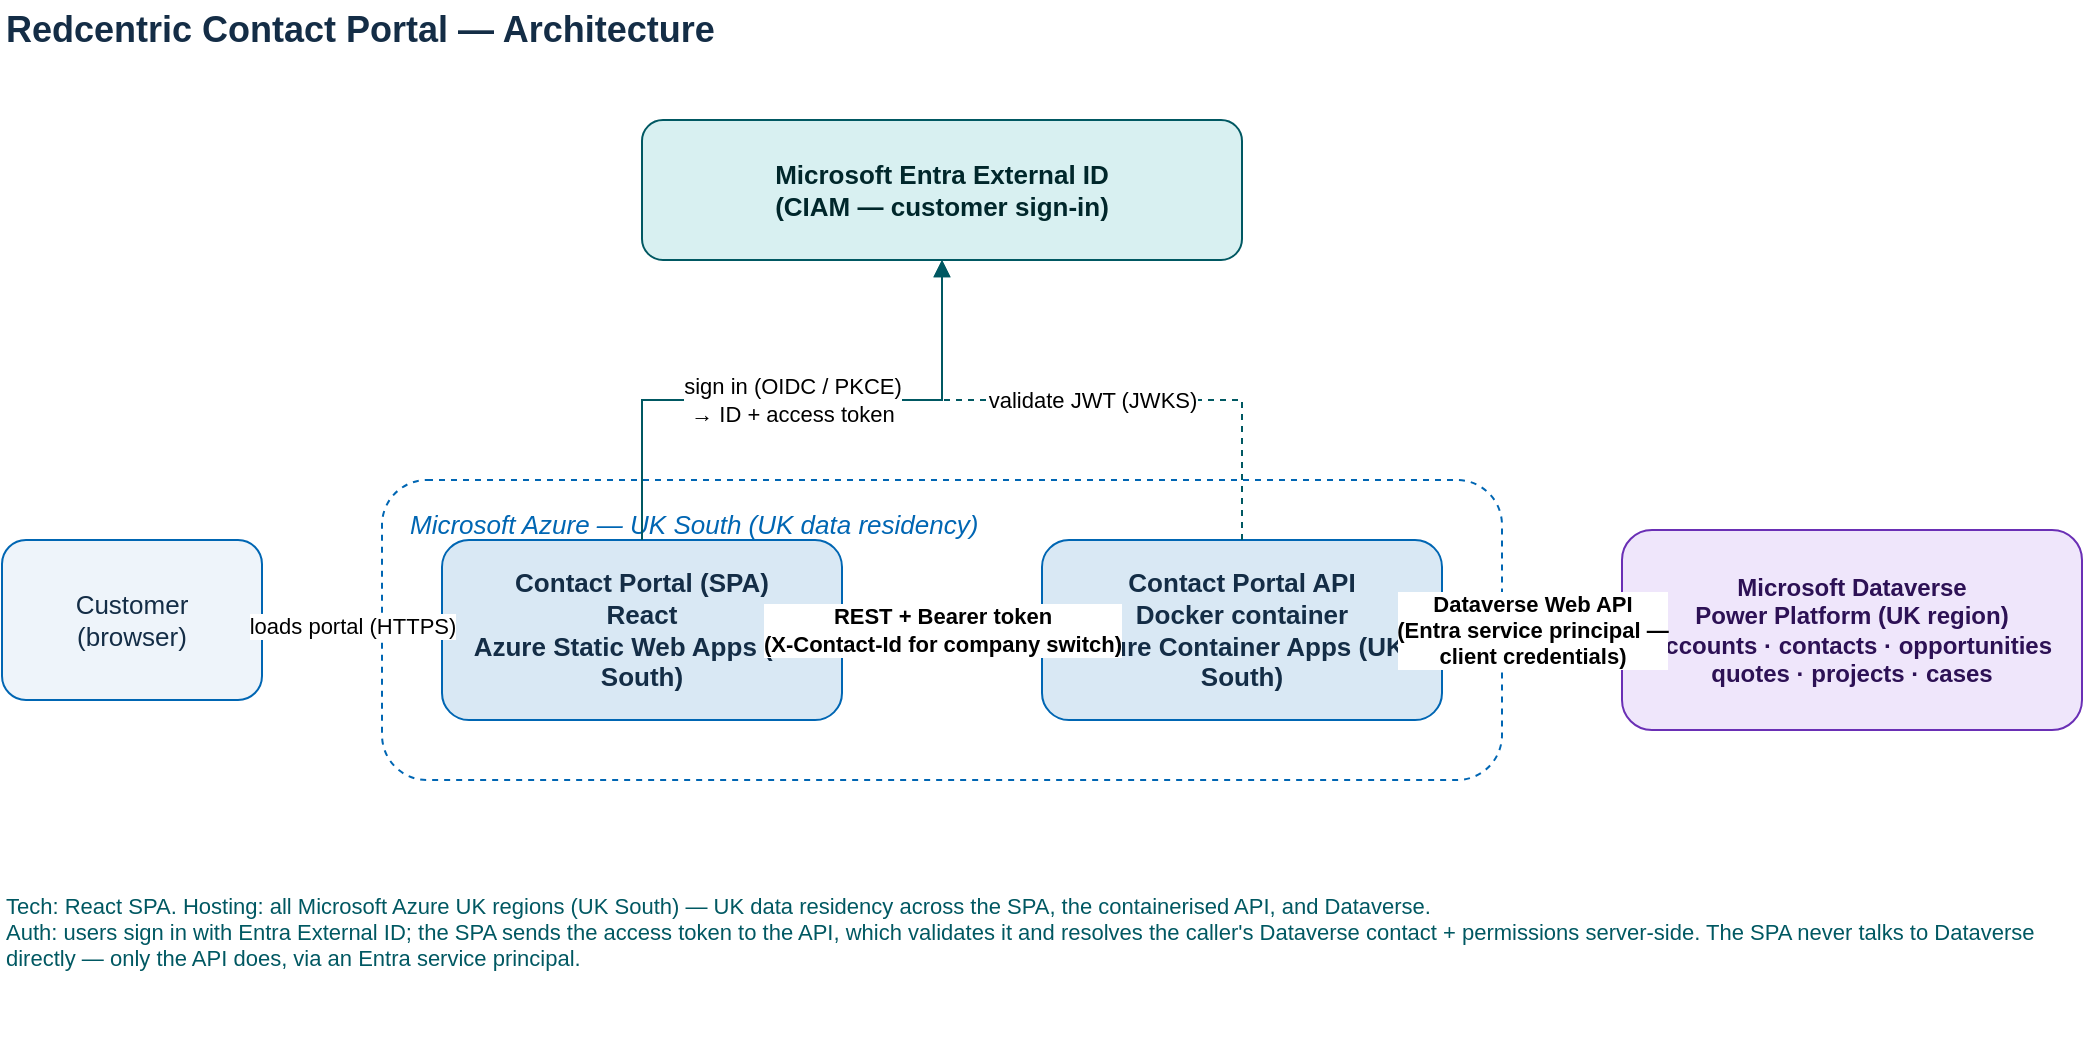
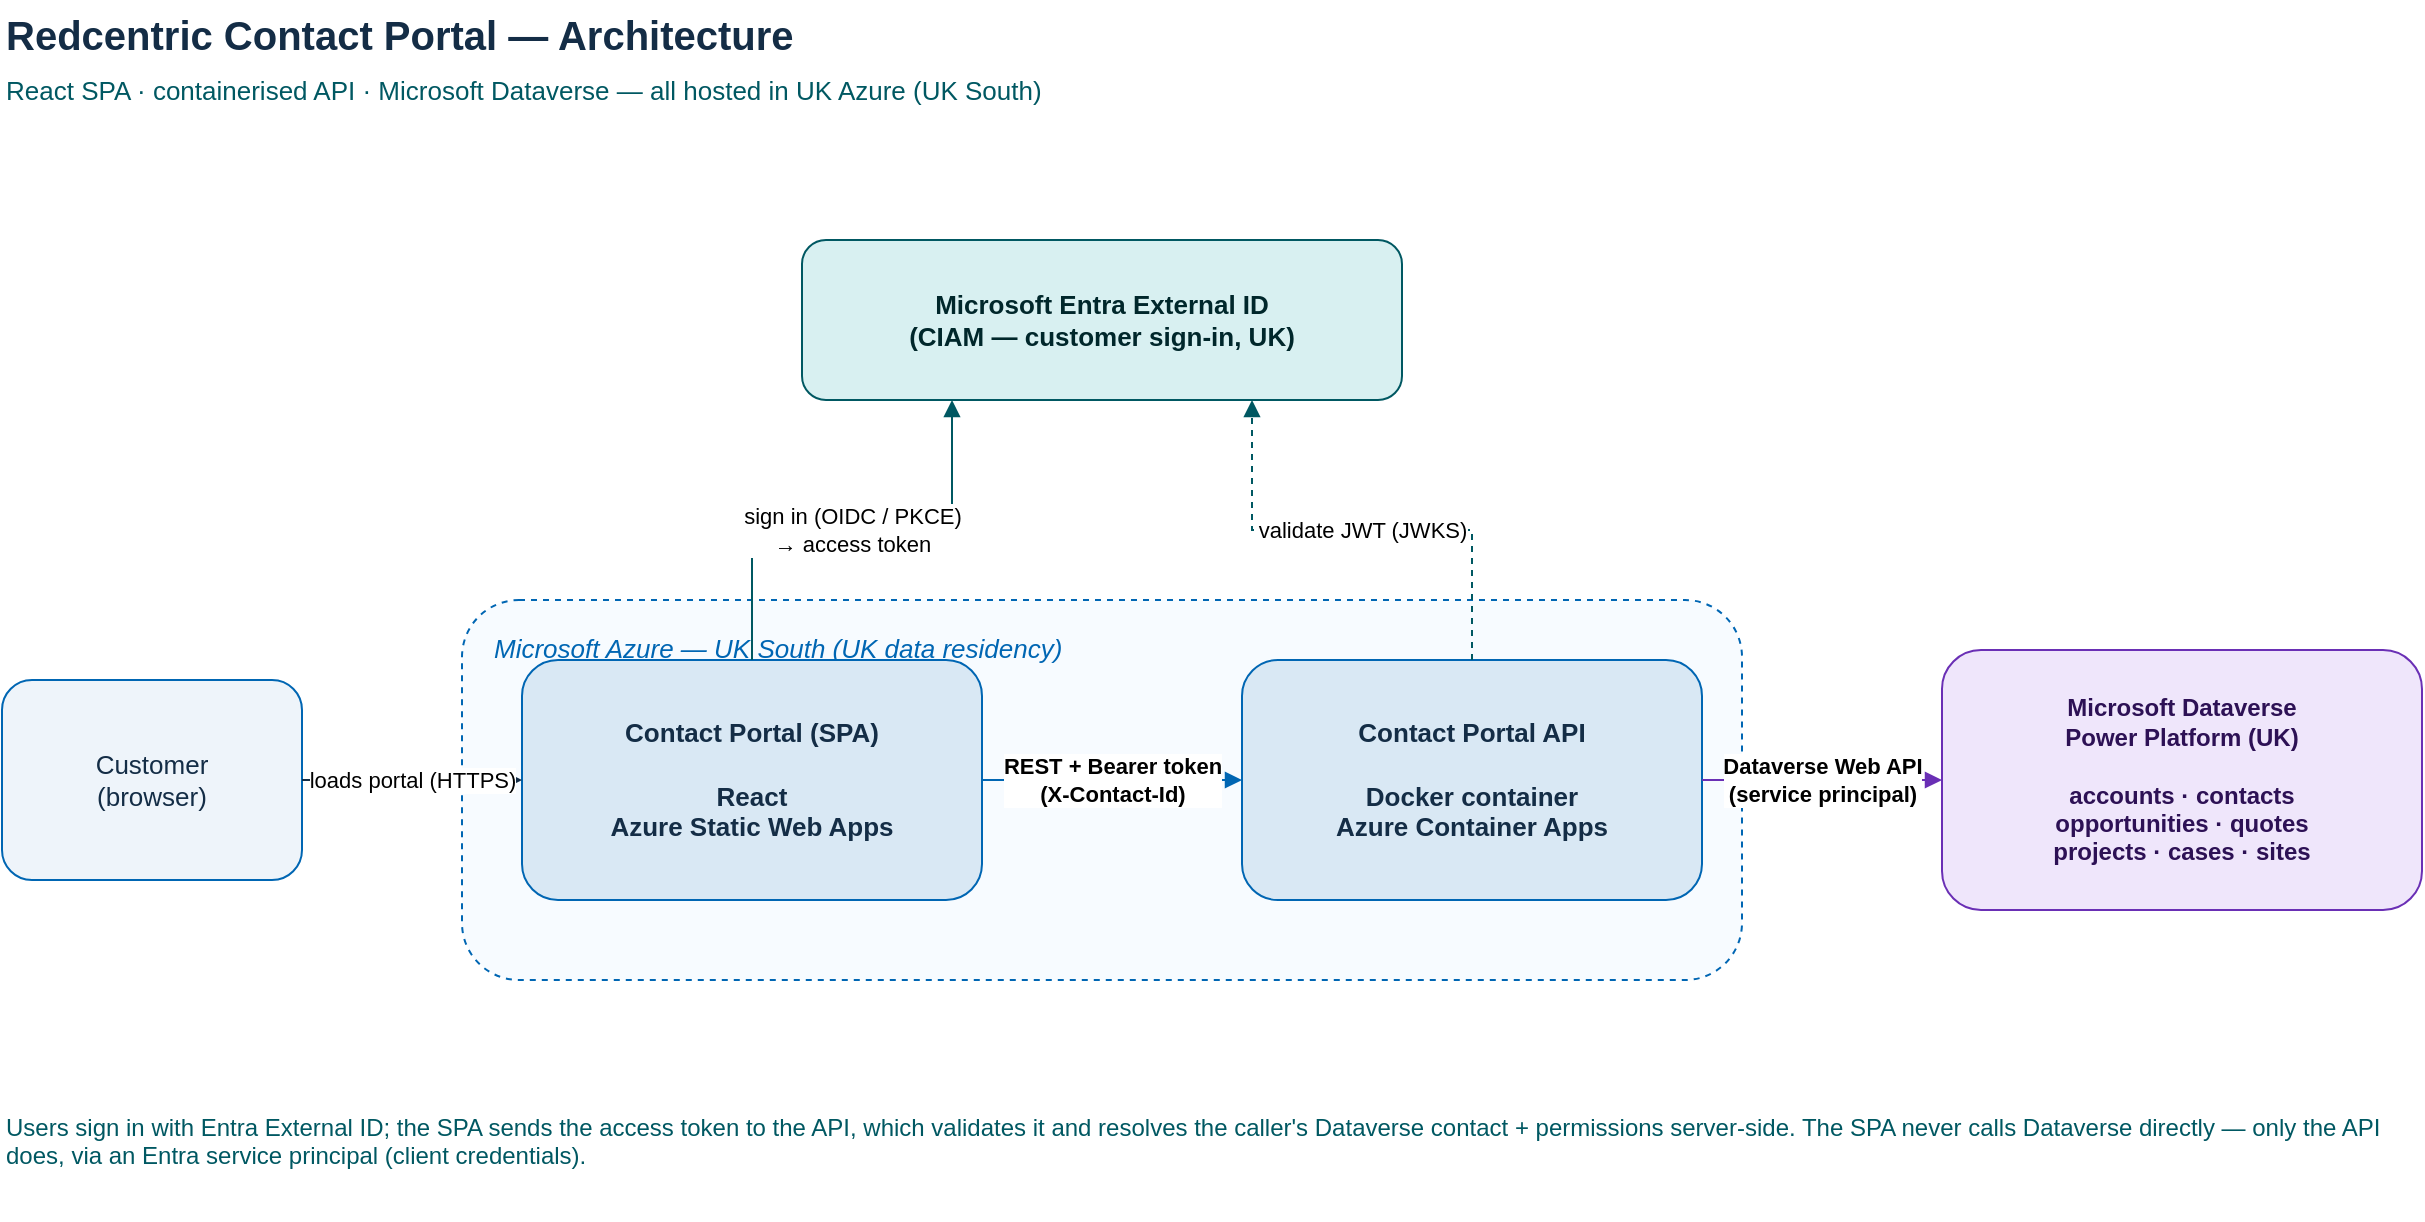
<mxfile host="app.diagrams.net" agent="claude-code" version="24.0.0">
  <diagram id="rcportal-arch" name="Architecture">
-     <mxGraphModel dx="1100" dy="700" grid="1" gridSize="10" guides="1" tooltips="1" connect="1" arrows="1" fold="1" page="1" pageScale="1" pageWidth="1169" pageHeight="826" math="0" shadow="0">
+     <mxGraphModel dx="1200" dy="800" grid="1" gridSize="10" guides="1" tooltips="1" connect="1" arrows="1" fold="1" page="1" pageScale="1" pageWidth="1300" pageHeight="820" math="0" shadow="0">
      <root>
        <mxCell id="0" />
        <mxCell id="1" parent="0" />

        <!-- Title -->
-         <mxCell id="title" value="Redcentric Contact Portal — Architecture" style="text;html=1;fontSize=18;fontStyle=1;align=left;verticalAlign=middle;fontColor=#142d46;" vertex="1" parent="1">
-           <mxGeometry x="40" y="30" width="520" height="30" as="geometry" />
+         <mxCell id="title" value="Redcentric Contact Portal — Architecture" style="text;html=1;fontSize=20;fontStyle=1;align=left;verticalAlign=middle;fontColor=#142d46;" vertex="1" parent="1">
+           <mxGeometry x="40" y="30" width="700" height="34" as="geometry" />
+         </mxCell>
+         <mxCell id="subtitle" value="React SPA · containerised API · Microsoft Dataverse — all hosted in UK Azure (UK South)" style="text;html=1;fontSize=13;align=left;verticalAlign=middle;fontColor=#005862;" vertex="1" parent="1">
+           <mxGeometry x="40" y="64" width="760" height="22" as="geometry" />
+         </mxCell>
+ 
+         <!-- Entra External ID (auth) — centred above SPA/API -->
+         <mxCell id="entra" value="Microsoft Entra External ID&#10;(CIAM — customer sign-in, UK)" style="rounded=1;whiteSpace=wrap;html=1;fillColor=#d8f0f1;strokeColor=#005862;fontColor=#00272b;fontSize=13;fontStyle=1;" vertex="1" parent="1">
+           <mxGeometry x="440" y="150" width="300" height="80" as="geometry" />
+         </mxCell>
+ 
+         <!-- Azure boundary around the app hosting (SPA + API) -->
+         <mxCell id="azure" value="Microsoft Azure — UK South (UK data residency)" style="rounded=1;dashed=1;html=1;verticalAlign=top;align=left;spacingLeft=14;spacingTop=10;fillColor=#f7fbff;strokeColor=#0066b3;fontColor=#0066b3;fontStyle=2;fontSize=13;" vertex="1" parent="1">
+           <mxGeometry x="270" y="330" width="640" height="190" as="geometry" />
        </mxCell>

        <!-- End user -->
        <mxCell id="user" value="Customer&#10;(browser)" style="rounded=1;whiteSpace=wrap;html=1;fillColor=#eef4fa;strokeColor=#0066b3;fontColor=#142d46;fontSize=13;" vertex="1" parent="1">
-           <mxGeometry x="40" y="300" width="130" height="80" as="geometry" />
-         </mxCell>
- 
-         <!-- Entra External ID (auth) -->
-         <mxCell id="entra" value="Microsoft Entra External ID&#10;(CIAM — customer sign-in)" style="rounded=1;whiteSpace=wrap;html=1;fillColor=#d8f0f1;strokeColor=#005862;fontColor=#00272b;fontSize=13;fontStyle=1;" vertex="1" parent="1">
-           <mxGeometry x="360" y="90" width="300" height="70" as="geometry" />
-         </mxCell>
- 
-         <!-- Azure boundary -->
-         <mxCell id="azure" value="Microsoft Azure — UK South (UK data residency)" style="rounded=1;dashed=1;html=1;verticalAlign=top;align=left;spacingLeft=12;spacingTop=8;fillColor=none;strokeColor=#0066b3;fontColor=#0066b3;fontStyle=2;fontSize=13;" vertex="1" parent="1">
-           <mxGeometry x="230" y="270" width="560" height="150" as="geometry" />
+           <mxGeometry x="40" y="370" width="150" height="100" as="geometry" />
        </mxCell>

        <!-- SPA on Azure Static Web Apps -->
-         <mxCell id="spa" value="Contact Portal (SPA)&#10;React&#10;Azure Static Web Apps (UK South)" style="rounded=1;whiteSpace=wrap;html=1;fillColor=#d9e8f4;strokeColor=#0066b3;fontColor=#142d46;fontSize=13;fontStyle=1;" vertex="1" parent="1">
-           <mxGeometry x="260" y="300" width="200" height="90" as="geometry" />
+         <mxCell id="spa" value="Contact Portal (SPA)&#10;&#10;React&#10;Azure Static Web Apps" style="rounded=1;whiteSpace=wrap;html=1;fillColor=#d9e8f4;strokeColor=#0066b3;fontColor=#142d46;fontSize=13;fontStyle=1;" vertex="1" parent="1">
+           <mxGeometry x="300" y="360" width="230" height="120" as="geometry" />
        </mxCell>

        <!-- Contact API on Azure via Docker -->
-         <mxCell id="api" value="Contact Portal API&#10;Docker container&#10;Azure Container Apps (UK South)" style="rounded=1;whiteSpace=wrap;html=1;fillColor=#d9e8f4;strokeColor=#0066b3;fontColor=#142d46;fontSize=13;fontStyle=1;" vertex="1" parent="1">
-           <mxGeometry x="560" y="300" width="200" height="90" as="geometry" />
+         <mxCell id="api" value="Contact Portal API&#10;&#10;Docker container&#10;Azure Container Apps" style="rounded=1;whiteSpace=wrap;html=1;fillColor=#d9e8f4;strokeColor=#0066b3;fontColor=#142d46;fontSize=13;fontStyle=1;" vertex="1" parent="1">
+           <mxGeometry x="660" y="360" width="230" height="120" as="geometry" />
        </mxCell>

        <!-- Dataverse -->
-         <mxCell id="dv" value="Microsoft Dataverse&#10;Power Platform (UK region)&#10;accounts · contacts · opportunities&#10;quotes · projects · cases" style="rounded=1;whiteSpace=wrap;html=1;fillColor=#efe6fb;strokeColor=#6a2fb5;fontColor=#2d1155;fontSize=12;fontStyle=1;" vertex="1" parent="1">
-           <mxGeometry x="850" y="295" width="230" height="100" as="geometry" />
+         <mxCell id="dv" value="Microsoft Dataverse&#10;Power Platform (UK)&#10;&#10;accounts · contacts&#10;opportunities · quotes&#10;projects · cases · sites" style="rounded=1;whiteSpace=wrap;html=1;fillColor=#efe6fb;strokeColor=#6a2fb5;fontColor=#2d1155;fontSize=12;fontStyle=1;" vertex="1" parent="1">
+           <mxGeometry x="1010" y="355" width="240" height="130" as="geometry" />
        </mxCell>

        <!-- Edges -->
-         <mxCell id="e_user_spa" value="loads portal (HTTPS)" style="edgeStyle=orthogonalEdgeStyle;rounded=0;html=1;fontSize=11;endArrow=block;strokeColor=#142d46;" edge="1" parent="1" source="user" target="spa">
+         <mxCell id="e_user_spa" value="loads portal (HTTPS)" style="edgeStyle=orthogonalEdgeStyle;rounded=0;html=1;fontSize=11;endArrow=block;strokeColor=#142d46;exitX=1;exitY=0.5;exitDx=0;exitDy=0;entryX=0;entryY=0.5;entryDx=0;entryDy=0;" edge="1" parent="1" source="user" target="spa">
          <mxGeometry relative="1" as="geometry" />
        </mxCell>

-         <mxCell id="e_spa_entra" value="sign in (OIDC / PKCE)&#10;→ ID + access token" style="edgeStyle=orthogonalEdgeStyle;rounded=0;html=1;fontSize=11;endArrow=block;startArrow=none;strokeColor=#005862;dashed=0;" edge="1" parent="1" source="spa" target="entra">
+         <mxCell id="e_spa_entra" value="sign in (OIDC / PKCE)&#10;→ access token" style="edgeStyle=orthogonalEdgeStyle;rounded=0;html=1;fontSize=11;endArrow=block;strokeColor=#005862;exitX=0.5;exitY=0;exitDx=0;exitDy=0;entryX=0.25;entryY=1;entryDx=0;entryDy=0;" edge="1" parent="1" source="spa" target="entra">
          <mxGeometry relative="1" as="geometry" />
        </mxCell>

-         <mxCell id="e_spa_api" value="REST + Bearer token&#10;(X-Contact-Id for company switch)" style="edgeStyle=orthogonalEdgeStyle;rounded=0;html=1;fontSize=11;endArrow=block;strokeColor=#0066b3;fontStyle=1;" edge="1" parent="1" source="spa" target="api">
+         <mxCell id="e_api_entra" value="validate JWT (JWKS)" style="edgeStyle=orthogonalEdgeStyle;rounded=0;html=1;fontSize=11;endArrow=block;strokeColor=#005862;dashed=1;exitX=0.5;exitY=0;exitDx=0;exitDy=0;entryX=0.75;entryY=1;entryDx=0;entryDy=0;" edge="1" parent="1" source="api" target="entra">
          <mxGeometry relative="1" as="geometry" />
        </mxCell>

-         <mxCell id="e_api_entra" value="validate JWT (JWKS)" style="edgeStyle=orthogonalEdgeStyle;rounded=0;html=1;fontSize=11;endArrow=block;strokeColor=#005862;dashed=1;" edge="1" parent="1" source="api" target="entra">
+         <mxCell id="e_spa_api" value="REST + Bearer token&#10;(X-Contact-Id)" style="edgeStyle=orthogonalEdgeStyle;rounded=0;html=1;fontSize=11;endArrow=block;strokeColor=#0066b3;fontStyle=1;exitX=1;exitY=0.5;exitDx=0;exitDy=0;entryX=0;entryY=0.5;entryDx=0;entryDy=0;" edge="1" parent="1" source="spa" target="api">
          <mxGeometry relative="1" as="geometry" />
        </mxCell>

-         <mxCell id="e_api_dv" value="Dataverse Web API&#10;(Entra service principal —&#10;client credentials)" style="edgeStyle=orthogonalEdgeStyle;rounded=0;html=1;fontSize=11;endArrow=block;strokeColor=#6a2fb5;fontStyle=1;" edge="1" parent="1" source="api" target="dv">
+         <mxCell id="e_api_dv" value="Dataverse Web API&#10;(service principal)" style="edgeStyle=orthogonalEdgeStyle;rounded=0;html=1;fontSize=11;endArrow=block;strokeColor=#6a2fb5;fontStyle=1;exitX=1;exitY=0.5;exitDx=0;exitDy=0;entryX=0;entryY=0.5;entryDx=0;entryDy=0;" edge="1" parent="1" source="api" target="dv">
          <mxGeometry relative="1" as="geometry" />
        </mxCell>

        <!-- Note -->
-         <mxCell id="note" value="Tech: React SPA. Hosting: all Microsoft Azure UK regions (UK South) — UK data residency across the SPA, the containerised API, and Dataverse.&#10;Auth: users sign in with Entra External ID; the SPA sends the access token to the API, which validates it and resolves the caller's Dataverse contact + permissions server-side. The SPA never talks to Dataverse directly — only the API does, via an Entra service principal." style="text;html=1;whiteSpace=wrap;align=left;verticalAlign=top;fontSize=11;fontColor=#005862;" vertex="1" parent="1">
-           <mxGeometry x="40" y="470" width="1040" height="80" as="geometry" />
+         <mxCell id="note" value="Users sign in with Entra External ID; the SPA sends the access token to the API, which validates it and resolves the caller's Dataverse contact + permissions server-side. The SPA never calls Dataverse directly — only the API does, via an Entra service principal (client credentials)." style="text;html=1;whiteSpace=wrap;align=left;verticalAlign=top;fontSize=12;fontColor=#005862;" vertex="1" parent="1">
+           <mxGeometry x="40" y="580" width="1210" height="60" as="geometry" />
        </mxCell>
      </root>
    </mxGraphModel>
  </diagram>
</mxfile>
